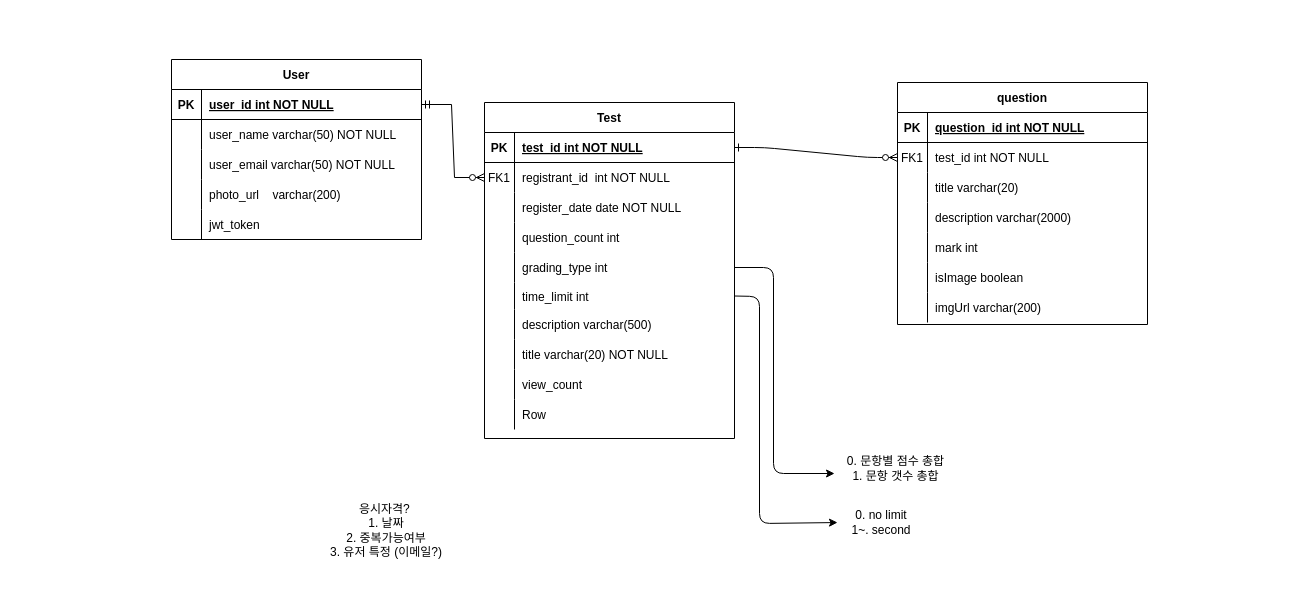
This is db_schema.drawio from leehojun0314/Testers, a draw.io file, before an edit. Source tidied: cells renumbered, new cells numbered last; positions are measured from the earlier drawing's top-left corner, leaving out a move shared by most shapes. Both pictures are drawn from the tidied source at 100%, with x=0, y=0 at pixel (171, 59).
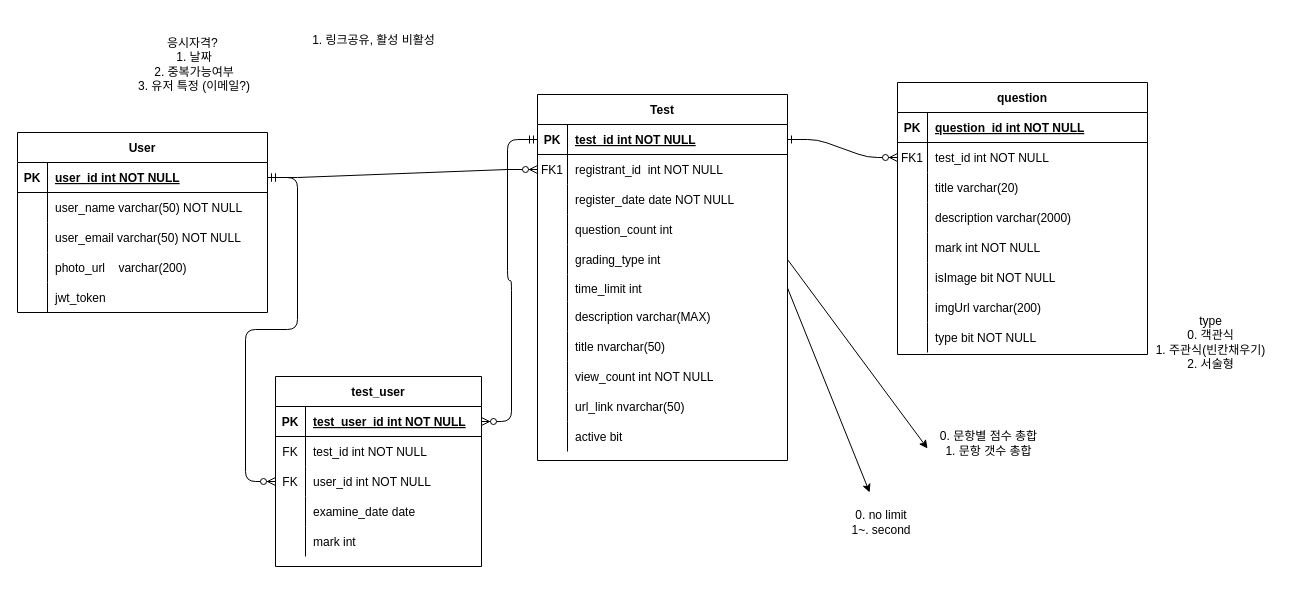
Above is the later version.

The change refers to these unchanged cells:
```xml
<mxCell id="4" style="shape=partialRectangle;fillColor=none;points=[[0,0.5],[1,0.5]];portConstraint=eastwest;top=0;left=0;right=0;bottom=1;" parent="3" vertex="1">
  <mxGeometry y="30" width="250" height="30" as="geometry" />
</mxCell>
<mxCell id="16" style="shape=partialRectangle;fillColor=none;top=0;left=0;bottom=0;right=0;points=[[0,0.5],[1,0.5]];portConstraint=eastwest;" parent="3" vertex="1">
  <mxGeometry y="150" width="250" height="30" as="geometry" />
</mxCell>
<mxCell id="19" style="shape=partialRectangle;fillColor=none;top=0;left=0;bottom=0;right=0;points=[[0,0.5],[1,0.5]];portConstraint=eastwest;" parent="3" vertex="1">
  <mxGeometry y="180" width="250" height="27" as="geometry" />
</mxCell>
<mxCell id="22" style="shape=partialRectangle;fillColor=none;top=0;left=0;bottom=0;right=0;" parent="3" vertex="1">
  <mxGeometry y="207" width="250" height="30" as="geometry" />
</mxCell>
<mxCell id="25" style="shape=partialRectangle;fillColor=none;top=0;left=0;bottom=0;right=0;" parent="3" vertex="1">
  <mxGeometry y="237" width="250" height="30" as="geometry" />
</mxCell>
<mxCell id="28" style="shape=partialRectangle;fillColor=none;top=0;left=0;bottom=0;right=0;" parent="3" vertex="1">
  <mxGeometry y="267" width="250" height="30" as="geometry" />
</mxCell>
<mxCell id="31" style="shape=partialRectangle;fillColor=none;top=0;left=0;bottom=0;right=0;" parent="3" vertex="1">
  <mxGeometry y="297" width="250" height="30" as="geometry" />
</mxCell>
<mxCell id="47" style="shape=partialRectangle;fillColor=none;top=0;left=0;bottom=0;right=0;" parent="34" vertex="1">
  <mxGeometry y="150" width="250" height="30" as="geometry" />
</mxCell>
<mxCell id="50" style="shape=partialRectangle;fillColor=none;top=0;left=0;bottom=0;right=0;" parent="34" vertex="1">
  <mxGeometry y="180" width="250" height="30" as="geometry" />
</mxCell>
<mxCell id="57" style="shape=partialRectangle;fillColor=none;points=[[0,0.5],[1,0.5]];portConstraint=eastwest;top=0;left=0;right=0;bottom=1;" parent="56" vertex="1">
  <mxGeometry y="30" width="250" height="30" as="geometry" />
</mxCell>
<mxCell id="74" value="0. no limit&lt;br&gt;1~. second" style="text;html=1;strokeColor=none;fillColor=none;align=center;verticalAlign=middle;whiteSpace=wrap;rounded=0;" parent="1" vertex="1">
  <mxGeometry x="666" y="433" width="88" height="59" as="geometry" />
</mxCell>
```

Change to the diagram source:
```diff
@@
     <mxCell id="3" value="Test" style="shape=table;startSize=30;childLayout=tableLayout;rowLines=0;fontStyle=1;align=center;" parent="1" vertex="1">
-      <mxGeometry x="313" y="43" width="250" height="336" as="geometry" />
+      <mxGeometry x="366" y="35" width="250" height="366" as="geometry" />
     </mxCell>
@@
-    <mxCell id="24" value="description varchar(500)" style="shape=partialRectangle;fillColor=none;top=0;left=0;bottom=0;right=0;align=left;spacingLeft=6;overflow=hidden;" parent="22" vertex="1">
+    <mxCell id="24" value="description varchar(MAX)" style="shape=partialRectangle;fillColor=none;top=0;left=0;bottom=0;right=0;align=left;spacingLeft=6;overflow=hidden;" parent="22" vertex="1">
       <mxGeometry x="30" width="220" height="30" as="geometry" />
     </mxCell>
@@
-    <mxCell id="27" value="title varchar(20) NOT NULL" style="shape=partialRectangle;fillColor=none;top=0;left=0;bottom=0;right=0;align=left;spacingLeft=6;overflow=hidden;" parent="25" vertex="1">
+    <mxCell id="27" value="title nvarchar(50)" style="shape=partialRectangle;fillColor=none;top=0;left=0;bottom=0;right=0;align=left;spacingLeft=6;overflow=hidden;" parent="25" vertex="1">
       <mxGeometry x="30" width="220" height="30" as="geometry" />
     </mxCell>
@@
-    <mxCell id="30" value="view_count" style="shape=partialRectangle;fillColor=none;top=0;left=0;bottom=0;right=0;align=left;spacingLeft=6;overflow=hidden;" parent="28" vertex="1">
+    <mxCell id="30" value="view_count int NOT NULL   " style="shape=partialRectangle;fillColor=none;top=0;left=0;bottom=0;right=0;align=left;spacingLeft=6;overflow=hidden;" parent="28" vertex="1">
       <mxGeometry x="30" width="220" height="30" as="geometry" />
     </mxCell>
@@
-    <mxCell id="33" value="Row" style="shape=partialRectangle;fillColor=none;top=0;left=0;bottom=0;right=0;align=left;spacingLeft=6;overflow=hidden;" parent="31" vertex="1">
+    <mxCell id="33" value="url_link nvarchar(50)" style="shape=partialRectangle;fillColor=none;top=0;left=0;bottom=0;right=0;align=left;spacingLeft=6;overflow=hidden;" parent="31" vertex="1">
       <mxGeometry x="30" width="220" height="30" as="geometry" />
     </mxCell>
+    <mxCell id="78" style="shape=partialRectangle;fillColor=none;top=0;left=0;bottom=0;right=0;" parent="3" vertex="1">
+      <mxGeometry y="327" width="250" height="30" as="geometry" />
+    </mxCell>
+    <mxCell id="79" style="shape=partialRectangle;fillColor=none;top=0;left=0;bottom=0;right=0;overflow=hidden;" parent="78" vertex="1">
+      <mxGeometry width="30" height="30" as="geometry" />
+    </mxCell>
+    <mxCell id="80" value="active bit " style="shape=partialRectangle;fillColor=none;top=0;left=0;bottom=0;right=0;align=left;spacingLeft=6;overflow=hidden;" parent="78" vertex="1">
+      <mxGeometry x="30" width="220" height="30" as="geometry" />
+    </mxCell>
     <mxCell id="34" value="question" style="shape=table;startSize=30;childLayout=tableLayout;rowLines=0;fontStyle=1;align=center;" parent="1" vertex="1">
-      <mxGeometry x="726" y="23" width="250" height="242" as="geometry" />
+      <mxGeometry x="726" y="23" width="250" height="272" as="geometry" />
     </mxCell>
@@
-    <mxCell id="49" value="mark int" style="shape=partialRectangle;fillColor=none;top=0;left=0;bottom=0;right=0;align=left;spacingLeft=6;overflow=hidden;" parent="47" vertex="1">
+    <mxCell id="49" value="mark int NOT NULL" style="shape=partialRectangle;fillColor=none;top=0;left=0;bottom=0;right=0;align=left;spacingLeft=6;overflow=hidden;" parent="47" vertex="1">
       <mxGeometry x="30" width="220" height="30" as="geometry" />
     </mxCell>
@@
-    <mxCell id="52" value="isImage boolean" style="shape=partialRectangle;fillColor=none;top=0;left=0;bottom=0;right=0;align=left;spacingLeft=6;overflow=hidden;" parent="50" vertex="1">
+    <mxCell id="52" value="isImage bit NOT NULL" style="shape=partialRectangle;fillColor=none;top=0;left=0;bottom=0;right=0;align=left;spacingLeft=6;overflow=hidden;" parent="50" vertex="1">
       <mxGeometry x="30" width="220" height="30" as="geometry" />
     </mxCell>
@@
+    <mxCell id="81" style="shape=partialRectangle;fillColor=none;top=0;left=0;bottom=0;right=0;" parent="34" vertex="1">
+      <mxGeometry y="240" width="250" height="30" as="geometry" />
+    </mxCell>
+    <mxCell id="82" style="shape=partialRectangle;fillColor=none;top=0;left=0;bottom=0;right=0;overflow=hidden;" parent="81" vertex="1">
+      <mxGeometry width="30" height="30" as="geometry" />
+    </mxCell>
+    <mxCell id="83" value="type bit NOT NULL" style="shape=partialRectangle;fillColor=none;top=0;left=0;bottom=0;right=0;align=left;spacingLeft=6;overflow=hidden;" parent="81" vertex="1">
+      <mxGeometry x="30" width="220" height="30" as="geometry" />
+    </mxCell>
     <mxCell id="56" value="User" style="shape=table;startSize=30;childLayout=tableLayout;rowLines=0;fontStyle=1;align=center;" parent="1" vertex="1">
-      <mxGeometry width="250" height="180" as="geometry" />
+      <mxGeometry x="-154" y="73" width="250" height="180" as="geometry" />
     </mxCell>
@@
     <mxCell id="73" value="0. 문항별 점수 총합&lt;br&gt;1. 문항 갯수 총합" style="text;html=1;align=center;verticalAlign=middle;points=[];strokeColor=none;fillColor=none;" parent="1" vertex="1">
-      <mxGeometry x="664" y="394" width="120" height="30" as="geometry" />
+      <mxGeometry x="757" y="369" width="120" height="30" as="geometry" />
     </mxCell>
@@
     <mxCell id="75" style="edgeStyle=none;html=1;exitX=1;exitY=0.5;exitDx=0;exitDy=0;entryX=-0.008;entryY=0.667;entryDx=0;entryDy=0;entryPerimeter=0;" parent="1" edge="1" source="16" target="73">
-      <mxGeometry relative="1" as="geometry">
-        <Array as="points">
-          <mxPoint x="602" y="208" />
-          <mxPoint x="602" y="414" />
-        </Array>
-      </mxGeometry>
+      <mxGeometry relative="1" as="geometry" />
     </mxCell>
     <mxCell id="76" style="edgeStyle=none;html=1;exitX=1;exitY=0.5;exitDx=0;exitDy=0;" parent="1" edge="1" source="19" target="74">
-      <mxGeometry relative="1" as="geometry">
-        <Array as="points">
-          <mxPoint x="588" y="237" />
-          <mxPoint x="588" y="464" />
-        </Array>
-      </mxGeometry>
+      <mxGeometry relative="1" as="geometry" />
     </mxCell>
     <mxCell id="77" value="응시자격?&amp;nbsp;&lt;br&gt;1. 날짜&lt;br&gt;2. 중복가능여부&lt;br&gt;3. 유저 특정 (이메일?)&lt;br&gt;" style="text;html=1;strokeColor=none;fillColor=none;align=center;verticalAlign=middle;whiteSpace=wrap;rounded=0;" parent="1" vertex="1">
-      <mxGeometry x="121" y="424" width="188" height="94" as="geometry" />
+      <mxGeometry x="-71" y="-42" width="188" height="94" as="geometry" />
     </mxCell>
+    <mxCell id="84" value="1. 링크공유, 활성 비활성" style="text;html=1;align=center;verticalAlign=middle;strokeColor=none;fillColor=none;" parent="1" vertex="1">
+      <mxGeometry x="131" y="-28" width="141" height="18" as="geometry" />
+    </mxCell>
+    <mxCell id="85" value="type&lt;br&gt;0. 객관식&lt;br&gt;1. 주관식(빈칸채우기)&lt;br&gt;2. 서술형" style="text;html=1;align=center;verticalAlign=middle;strokeColor=none;fillColor=none;" parent="1" vertex="1">
+      <mxGeometry x="975" y="253" width="127" height="60" as="geometry" />
+    </mxCell>
+    <mxCell id="86" value="test_user" style="shape=table;startSize=30;childLayout=tableLayout;rowLines=0;fontStyle=1;align=center;" parent="1" vertex="1">
+      <mxGeometry x="104" y="317" width="206" height="190" as="geometry" />
+    </mxCell>
+    <mxCell id="87" style="shape=partialRectangle;fillColor=none;top=0;left=0;bottom=1;right=0;points=[[0,0.5],[1,0.5]];portConstraint=eastwest;" parent="86" vertex="1">
+      <mxGeometry y="30" width="206" height="30" as="geometry" />
+    </mxCell>
+    <mxCell id="88" value="PK" style="shape=partialRectangle;fillColor=none;top=0;left=0;bottom=0;right=0;fontStyle=1;overflow=hidden;" parent="87" vertex="1">
+      <mxGeometry width="30" height="30" as="geometry" />
+    </mxCell>
+    <mxCell id="89" value="test_user_id int NOT NULL" style="shape=partialRectangle;fillColor=none;top=0;left=0;bottom=0;right=0;align=left;spacingLeft=6;fontStyle=5;overflow=hidden;" parent="87" vertex="1">
+      <mxGeometry x="30" width="176" height="30" as="geometry" />
+    </mxCell>
+    <mxCell id="90" style="shape=partialRectangle;fillColor=none;top=0;left=0;bottom=0;right=0;" parent="86" vertex="1">
+      <mxGeometry y="60" width="206" height="30" as="geometry" />
+    </mxCell>
+    <mxCell id="91" value="FK" style="shape=partialRectangle;fillColor=none;top=0;left=0;bottom=0;right=0;fontStyle=0;overflow=hidden;" parent="90" vertex="1">
+      <mxGeometry width="30" height="30" as="geometry" />
+    </mxCell>
+    <mxCell id="92" value="test_id int NOT NULL" style="shape=partialRectangle;fillColor=none;top=0;left=0;bottom=0;right=0;align=left;spacingLeft=6;fontStyle=0;overflow=hidden;" parent="90" vertex="1">
+      <mxGeometry x="30" width="176" height="30" as="geometry" />
+    </mxCell>
+    <mxCell id="93" style="shape=partialRectangle;fillColor=none;top=0;left=0;bottom=0;right=0;points=[[0,0.5],[1,0.5]];portConstraint=eastwest;" parent="86" vertex="1">
+      <mxGeometry y="90" width="206" height="30" as="geometry" />
+    </mxCell>
+    <mxCell id="94" value="FK" style="shape=partialRectangle;fillColor=none;top=0;left=0;bottom=0;right=0;fontStyle=0;overflow=hidden;" parent="93" vertex="1">
+      <mxGeometry width="30" height="30" as="geometry" />
+    </mxCell>
+    <mxCell id="95" value="user_id int NOT NULL" style="shape=partialRectangle;fillColor=none;top=0;left=0;bottom=0;right=0;align=left;spacingLeft=6;fontStyle=0;overflow=hidden;" parent="93" vertex="1">
+      <mxGeometry x="30" width="176" height="30" as="geometry" />
+    </mxCell>
+    <mxCell id="96" style="shape=partialRectangle;fillColor=none;top=0;left=0;bottom=0;right=0;" parent="86" vertex="1">
+      <mxGeometry y="120" width="206" height="30" as="geometry" />
+    </mxCell>
+    <mxCell id="97" style="shape=partialRectangle;fillColor=none;top=0;left=0;bottom=0;right=0;overflow=hidden;" parent="96" vertex="1">
+      <mxGeometry width="30" height="30" as="geometry" />
+    </mxCell>
+    <mxCell id="98" value="examine_date date " style="shape=partialRectangle;fillColor=none;top=0;left=0;bottom=0;right=0;align=left;spacingLeft=6;overflow=hidden;" parent="96" vertex="1">
+      <mxGeometry x="30" width="176" height="30" as="geometry" />
+    </mxCell>
+    <mxCell id="99" style="shape=partialRectangle;fillColor=none;top=0;left=0;bottom=0;right=0;" parent="86" vertex="1">
+      <mxGeometry y="150" width="206" height="30" as="geometry" />
+    </mxCell>
+    <mxCell id="100" style="shape=partialRectangle;fillColor=none;top=0;left=0;bottom=0;right=0;overflow=hidden;" parent="99" vertex="1">
+      <mxGeometry width="30" height="30" as="geometry" />
+    </mxCell>
+    <mxCell id="101" value="mark int " style="shape=partialRectangle;fillColor=none;top=0;left=0;bottom=0;right=0;align=left;spacingLeft=6;overflow=hidden;" parent="99" vertex="1">
+      <mxGeometry x="30" width="176" height="30" as="geometry" />
+    </mxCell>
+    <mxCell id="102" style="edgeStyle=entityRelationEdgeStyle;fontSize=12;html=1;endArrow=ERzeroToMany;startArrow=ERmandOne;exitX=1;exitY=0.5;exitDx=0;exitDy=0;" parent="1" edge="1" source="57" target="93">
+      <mxGeometry relative="1" as="geometry" />
+    </mxCell>
+    <mxCell id="103" style="edgeStyle=entityRelationEdgeStyle;fontSize=12;html=1;endArrow=ERzeroToMany;startArrow=ERmandOne;" parent="1" edge="1" source="4" target="87">
+      <mxGeometry relative="1" as="geometry" />
+    </mxCell>
```
